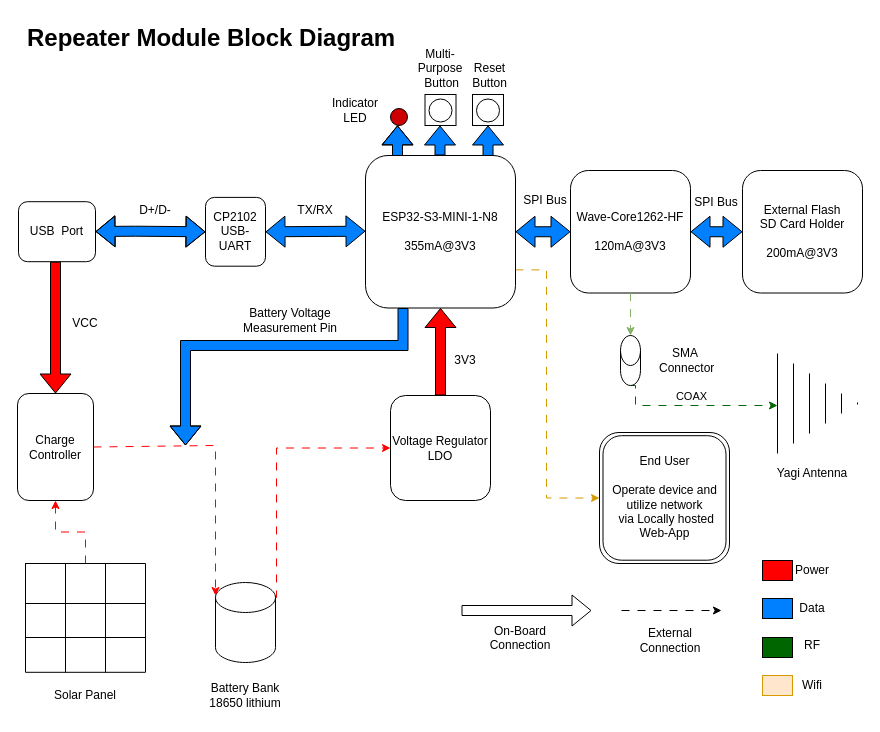
Earlier version of the draw.io diagram PCB References/RepeaterModuleBlock.drawio (flora-comms/flora-hardware). Source tidied: cells renumbered, new cells numbered last; positions are measured from the earlier drawing's top-left corner, leaving out a move shared by most shapes. Both pictures are drawn from the tidied source at 100%, with x=0, y=0 at pixel (17, 17).
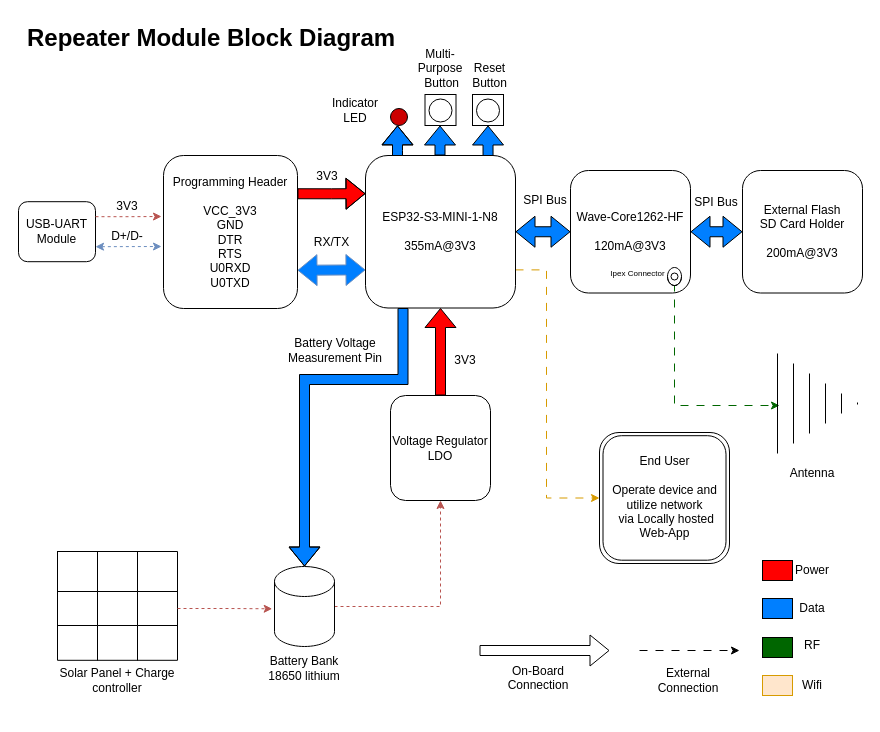
After the change.

The change refers to these unchanged cells:
```xml
<mxCell id="8" value="ESP32-S3-MINI-1-N8&lt;div&gt;&lt;br&gt;&lt;/div&gt;&lt;div&gt;355mA@3V3&lt;/div&gt;" style="rounded=1;whiteSpace=wrap;html=1;" parent="1" vertex="1">
  <mxGeometry x="348" y="138" width="150" height="152.5" as="geometry" />
</mxCell>
<mxCell id="10" value="Wave-Core1262-HF&lt;div&gt;&lt;br&gt;&lt;/div&gt;&lt;div&gt;120mA@3V3&lt;/div&gt;" style="rounded=1;whiteSpace=wrap;html=1;" parent="1" vertex="1">
  <mxGeometry x="553" y="153" width="120" height="122.5" as="geometry" />
</mxCell>
<mxCell id="21" value="Voltage Regulator&lt;div&gt;LDO&lt;/div&gt;" style="rounded=1;whiteSpace=wrap;html=1;" parent="1" vertex="1">
  <mxGeometry x="373" y="378" width="100" height="105" as="geometry" />
</mxCell>
<mxCell id="33" style="shape=tableRow;horizontal=0;startSize=0;swimlaneHead=0;swimlaneBody=0;strokeColor=inherit;top=0;left=0;bottom=0;right=0;fillColor=none;points=[[0,0.5],[1,0.5]];portConstraint=eastwest;fontSize=16;" parent="28" vertex="1">
  <mxGeometry y="40" width="120" height="34" as="geometry" />
</mxCell>
```

Diff of the diagram source:
```diff
@@
-    <mxCell id="2" value="USB &amp;nbsp;Port" style="rounded=1;whiteSpace=wrap;html=1;" parent="1" vertex="1">
+    <mxCell id="2" value="USB-UART&lt;div&gt;Module&lt;/div&gt;" style="rounded=1;whiteSpace=wrap;html=1;" parent="1" vertex="1">
       <mxGeometry x="1" y="184.2" width="77" height="60" as="geometry" />
     </mxCell>
-    <mxCell id="3" value="CP2102&lt;div&gt;USB-UART&lt;/div&gt;" style="rounded=1;whiteSpace=wrap;html=1;" parent="1" vertex="1">
-      <mxGeometry x="188" y="179.9" width="60" height="68.8" as="geometry" />
-    </mxCell>
-    <mxCell id="4" style="edgeStyle=orthogonalEdgeStyle;rounded=0;jettySize=auto;html=1;exitX=0.25;exitY=1;exitDx=0;exitDy=0;shape=flexArrow;strokeColor=#000000;fillColor=#007FFF;" parent="1" edge="1" source="8">
-      <mxGeometry relative="1" as="geometry">
-        <mxPoint x="168" y="428" as="targetPoint" />
-        <Array as="points">
-          <mxPoint x="386" y="328" />
-          <mxPoint x="168" y="328" />
-        </Array>
-      </mxGeometry>
-    </mxCell>
@@
-    <mxCell id="11" style="edgeStyle=orthogonalEdgeStyle;rounded=0;jettySize=auto;html=1;exitX=1;exitY=0;exitDx=0;exitDy=15;exitPerimeter=0;entryX=0;entryY=0.5;entryDx=0;entryDy=0;dashed=1;dashPattern=8 8;strokeColor=#FF0000;" parent="1" edge="1" source="12" target="21">
-      <mxGeometry relative="1" as="geometry">
-        <Array as="points">
-          <mxPoint x="259" y="580" />
-          <mxPoint x="259" y="430" />
-        </Array>
-      </mxGeometry>
+    <mxCell id="11" style="edgeStyle=orthogonalEdgeStyle;rounded=0;jettySize=auto;html=1;exitX=1;exitY=0.5;exitDx=0;exitDy=0;exitPerimeter=0;entryX=0.5;entryY=1;entryDx=0;entryDy=0;fillColor=#f8cecc;strokeColor=#b85450;dashed=1;" parent="1" edge="1" source="12" target="21">
+      <mxGeometry relative="1" as="geometry" />
     </mxCell>
     <mxCell id="12" style="shape=cylinder3;whiteSpace=wrap;html=1;boundedLbl=1;backgroundOutline=1;size=15;" parent="1" vertex="1">
-      <mxGeometry x="198" y="565" width="60" height="80" as="geometry" />
+      <mxGeometry x="257" y="549" width="60" height="80" as="geometry" />
     </mxCell>
-    <mxCell id="13" value="Charge Controller" style="rounded=1;whiteSpace=wrap;html=1;" parent="1" vertex="1">
-      <mxGeometry y="376" width="76" height="107" as="geometry" />
-    </mxCell>
-    <mxCell id="14" style="shape=flexArrow;endArrow=classic;startArrow=classic;html=1;rounded=0;entryX=0;entryY=0.5;entryDx=0;entryDy=0;fillColor=#007FFF;" parent="1" edge="1" target="3">
-      <mxGeometry relative="1" as="geometry">
-        <mxPoint x="78" y="214" as="sourcePoint" />
-        <Array as="points">
-          <mxPoint x="118" y="213.7" />
-        </Array>
-      </mxGeometry>
-    </mxCell>
-    <mxCell id="15" style="shape=flexArrow;endArrow=classic;startArrow=classic;html=1;rounded=0;exitX=1;exitY=0.5;exitDx=0;exitDy=0;fillColor=#007FFF;" parent="1" edge="1" source="3">
-      <mxGeometry relative="1" as="geometry">
-        <mxPoint x="348" y="213.7" as="targetPoint" />
-      </mxGeometry>
-    </mxCell>
-    <mxCell id="16" value="D+/D-" style="text;html=1;align=center;verticalAlign=middle;whiteSpace=wrap;rounded=0;" parent="1" vertex="1">
-      <mxGeometry x="108" y="178" width="60" height="30" as="geometry" />
-    </mxCell>
-    <mxCell id="17" value="TX/RX" style="text;html=1;align=center;verticalAlign=middle;whiteSpace=wrap;rounded=0;" parent="1" vertex="1">
-      <mxGeometry x="268" y="178" width="60" height="30" as="geometry" />
-    </mxCell>
-    <mxCell id="18" style="shape=flexArrow;endArrow=classic;html=1;rounded=0;entryX=0.5;entryY=0;entryDx=0;entryDy=0;fillColor=#FF0000;" parent="1" edge="1" target="13">
-      <mxGeometry relative="1" as="geometry">
-        <mxPoint x="38" y="244.2" as="sourcePoint" />
-      </mxGeometry>
-    </mxCell>
-    <mxCell id="19" value="VCC" style="text;html=1;align=center;verticalAlign=middle;whiteSpace=wrap;rounded=0;" parent="1" vertex="1">
-      <mxGeometry x="38" y="290.5" width="60" height="30" as="geometry" />
-    </mxCell>
@@
     <mxCell id="26" value="Battery Bank&lt;div&gt;18650 lithium&lt;/div&gt;" style="text;html=1;align=center;verticalAlign=middle;whiteSpace=wrap;rounded=0;" parent="1" vertex="1">
-      <mxGeometry x="168" y="658" width="120" height="40" as="geometry" />
+      <mxGeometry x="227" y="631" width="120" height="40" as="geometry" />
     </mxCell>
-    <mxCell id="27" style="edgeStyle=orthogonalEdgeStyle;rounded=0;jettySize=auto;html=1;exitX=0.5;exitY=0;exitDx=0;exitDy=0;entryX=0.5;entryY=1;entryDx=0;entryDy=0;dashed=1;dashPattern=8 8;strokeColor=#FF0000;" parent="1" edge="1" source="28" target="13">
-      <mxGeometry relative="1" as="geometry" />
-    </mxCell>
     <mxCell id="28" style="shape=table;startSize=0;childLayout=tableLayout;fontSize=16;" parent="1" vertex="1">
-      <mxGeometry x="8" y="546" width="120" height="108.8" as="geometry" />
+      <mxGeometry x="40" y="534" width="120" height="108.8" as="geometry" />
     </mxCell>
@@
-    <mxCell id="41" style="endArrow=classic;html=1;rounded=0;dashed=1;dashPattern=8 8;strokeColor=#FF0000;exitX=1;exitY=0.5;exitDx=0;exitDy=0;" parent="1" edge="1" source="13">
-      <mxGeometry relative="1" as="geometry">
-        <mxPoint x="198" y="578" as="targetPoint" />
-        <Array as="points">
-          <mxPoint x="198" y="428" />
-        </Array>
-      </mxGeometry>
-    </mxCell>
-    <mxCell id="42" value="Solar Panel" style="text;html=1;align=center;verticalAlign=middle;whiteSpace=wrap;rounded=0;" parent="1" vertex="1">
-      <mxGeometry x="8" y="658" width="120" height="40" as="geometry" />
+    <mxCell id="42" value="Solar Panel + Charge controller" style="text;html=1;align=center;verticalAlign=middle;whiteSpace=wrap;rounded=0;" parent="1" vertex="1">
+      <mxGeometry x="40" y="643" width="120" height="40" as="geometry" />
     </mxCell>
@@
-    <mxCell id="44" style="edgeStyle=orthogonalEdgeStyle;rounded=0;jettySize=auto;html=1;exitX=0.5;exitY=1;exitDx=0;exitDy=0;exitPerimeter=0;dashed=1;dashPattern=8 8;strokeColor=#006600;" parent="1" edge="1" source="46">
+    <mxCell id="44" style="edgeStyle=orthogonalEdgeStyle;rounded=0;orthogonalLoop=1;jettySize=auto;html=1;exitX=0.5;exitY=1;exitDx=0;exitDy=0;exitPerimeter=0;dashed=1;dashPattern=8 8;strokeColor=#006600;" parent="1" edge="1">
       <mxGeometry relative="1" as="geometry">
-        <mxPoint x="760" y="388" as="targetPoint" />
+        <mxPoint x="659" y="268" as="sourcePoint" />
+        <mxPoint x="762" y="388" as="targetPoint" />
         <Array as="points">
-          <mxPoint x="618" y="388" />
+          <mxPoint x="657" y="268" />
+          <mxPoint x="657" y="388" />
         </Array>
       </mxGeometry>
     </mxCell>
-    <mxCell id="45" value="COAX" style="edgeLabel;html=1;align=center;verticalAlign=middle;" parent="44" vertex="1">
-      <mxGeometry x="0.17" relative="1" as="geometry">
-        <mxPoint x="-18" y="-10" as="offset" />
-      </mxGeometry>
-    </mxCell>
     <mxCell id="46" style="shape=cylinder3;whiteSpace=wrap;html=1;boundedLbl=1;backgroundOutline=1;size=15;" parent="1" vertex="1">
-      <mxGeometry x="603" y="318" width="20" height="50" as="geometry" />
+      <mxGeometry x="650" y="250" width="14" height="18" as="geometry" />
     </mxCell>
-    <mxCell id="47" value="SMA &amp;nbsp;Connector" style="text;html=1;align=center;verticalAlign=middle;whiteSpace=wrap;rounded=0;" parent="1" vertex="1">
-      <mxGeometry x="638" y="328" width="60" height="30" as="geometry" />
-    </mxCell>
     <mxCell id="48" value="Battery Voltage Measurement Pin" style="text;html=1;align=center;verticalAlign=middle;whiteSpace=wrap;rounded=0;" parent="1" vertex="1">
-      <mxGeometry x="218" y="288" width="110" height="30" as="geometry" />
+      <mxGeometry x="263" y="318" width="110" height="30" as="geometry" />
     </mxCell>
-    <mxCell id="49" style="edgeStyle=orthogonalEdgeStyle;rounded=0;jettySize=auto;html=1;exitX=0.5;exitY=1;exitDx=0;exitDy=0;entryX=0.5;entryY=0;entryDx=0;entryDy=0;entryPerimeter=0;fillColor=#d5e8d4;dashed=1;dashPattern=8 8;strokeColor=#82b366;" parent="1" edge="1" source="10" target="46">
-      <mxGeometry relative="1" as="geometry" />
-    </mxCell>
@@
-    <mxCell id="51" value="Yagi Antenna" style="text;html=1;align=center;verticalAlign=middle;whiteSpace=wrap;rounded=0;" parent="1" vertex="1">
+    <mxCell id="51" value="Antenna" style="text;html=1;align=center;verticalAlign=middle;whiteSpace=wrap;rounded=0;" parent="1" vertex="1">
       <mxGeometry x="745" y="441" width="100" height="30" as="geometry" />
     </mxCell>
     <mxCell id="52" style="shape=flexArrow;endArrow=classic;html=1;rounded=0;" parent="1" edge="1">
       <mxGeometry relative="1" as="geometry">
-        <mxPoint x="444" y="593" as="sourcePoint" />
-        <mxPoint x="574" y="593" as="targetPoint" />
+        <mxPoint x="462" y="633" as="sourcePoint" />
+        <mxPoint x="592" y="633" as="targetPoint" />
       </mxGeometry>
     </mxCell>
     <mxCell id="53" value="On-Board Connection&lt;div&gt;&lt;br&gt;&lt;/div&gt;" style="text;html=1;align=center;verticalAlign=middle;whiteSpace=wrap;rounded=0;" parent="1" vertex="1">
-      <mxGeometry x="473" y="613" width="60" height="30" as="geometry" />
+      <mxGeometry x="491" y="653" width="60" height="30" as="geometry" />
     </mxCell>
     <mxCell id="54" style="endArrow=classic;html=1;rounded=0;dashed=1;dashPattern=8 8;" parent="1" edge="1">
       <mxGeometry relative="1" as="geometry">
-        <mxPoint x="604" y="593" as="sourcePoint" />
-        <mxPoint x="704" y="593" as="targetPoint" />
+        <mxPoint x="622" y="633" as="sourcePoint" />
+        <mxPoint x="722" y="633" as="targetPoint" />
       </mxGeometry>
     </mxCell>
     <mxCell id="55" value="External Connection" style="text;html=1;align=center;verticalAlign=middle;whiteSpace=wrap;rounded=0;" parent="1" vertex="1">
-      <mxGeometry x="623" y="608" width="60" height="30" as="geometry" />
+      <mxGeometry x="641" y="648" width="60" height="30" as="geometry" />
     </mxCell>
@@
+    <mxCell id="76" style="edgeStyle=orthogonalEdgeStyle;rounded=0;jettySize=auto;html=1;exitX=1;exitY=0.25;exitDx=0;exitDy=0;entryX=0;entryY=0.25;entryDx=0;entryDy=0;shape=flexArrow;fillColor=#FF0000;" parent="1" edge="1" source="77" target="8">
+      <mxGeometry relative="1" as="geometry" />
+    </mxCell>
+    <mxCell id="77" value="&lt;div&gt;Programming Header&lt;/div&gt;&lt;div&gt;&lt;br&gt;&lt;/div&gt;VCC_3V3&lt;div&gt;GND&lt;/div&gt;&lt;div&gt;DTR&lt;/div&gt;&lt;div&gt;RTS&lt;/div&gt;&lt;div&gt;U0RXD&lt;/div&gt;&lt;div&gt;U0TXD&lt;/div&gt;" style="rounded=1;whiteSpace=wrap;html=1;" parent="1" vertex="1">
+      <mxGeometry x="146" y="138" width="134" height="153" as="geometry" />
+    </mxCell>
+    <mxCell id="78" style="shape=flexArrow;endArrow=classic;startArrow=classic;html=1;rounded=0;exitX=1;exitY=0.75;exitDx=0;exitDy=0;entryX=0;entryY=0.75;entryDx=0;entryDy=0;fillColor=#007FFF;strokeColor=#6c8ebf;" parent="1" edge="1" source="77" target="8">
+      <mxGeometry relative="1" as="geometry" />
+    </mxCell>
+    <mxCell id="79" style="edgeStyle=orthogonalEdgeStyle;rounded=0;jettySize=auto;html=1;exitX=1;exitY=0.25;exitDx=0;exitDy=0;fillColor=#f8cecc;strokeColor=#b85450;dashed=1;" parent="1" edge="1" source="2">
+      <mxGeometry relative="1" as="geometry">
+        <mxPoint x="144" y="199" as="targetPoint" />
+      </mxGeometry>
+    </mxCell>
+    <mxCell id="80" style="endArrow=classic;startArrow=classic;html=1;rounded=0;exitX=1;exitY=0.75;exitDx=0;exitDy=0;fillColor=#dae8fc;strokeColor=#6c8ebf;dashed=1;" parent="1" edge="1" source="2">
+      <mxGeometry relative="1" as="geometry">
+        <mxPoint x="144" y="229" as="targetPoint" />
+      </mxGeometry>
+    </mxCell>
+    <mxCell id="81" value="3V3" style="text;html=1;align=center;verticalAlign=middle;whiteSpace=wrap;rounded=0;" parent="1" vertex="1">
+      <mxGeometry x="280" y="144" width="60" height="30" as="geometry" />
+    </mxCell>
+    <mxCell id="82" value="3V3" style="text;html=1;align=center;verticalAlign=middle;whiteSpace=wrap;rounded=0;" parent="1" vertex="1">
+      <mxGeometry x="80" y="174" width="60" height="30" as="geometry" />
+    </mxCell>
+    <mxCell id="16" value="D+/D-" style="text;html=1;align=center;verticalAlign=middle;whiteSpace=wrap;rounded=0;" parent="1" vertex="1">
+      <mxGeometry x="80" y="204" width="60" height="30" as="geometry" />
+    </mxCell>
+    <mxCell id="83" value="RX/TX" style="text;html=1;align=center;verticalAlign=middle;strokeColor=none;fillColor=none;" parent="1" vertex="1">
+      <mxGeometry x="287" y="212" width="53" height="26" as="geometry" />
+    </mxCell>
+    <mxCell id="84" style="edgeStyle=orthogonalEdgeStyle;rounded=0;jettySize=auto;html=1;exitX=1;exitY=0.5;exitDx=0;exitDy=0;fillColor=#f8cecc;strokeColor=#b85450;dashed=1;" parent="1" edge="1" source="33">
+      <mxGeometry relative="1" as="geometry">
+        <mxPoint x="254.7" y="591.3" as="targetPoint" />
+      </mxGeometry>
+    </mxCell>
+    <mxCell id="85" style="edgeStyle=orthogonalEdgeStyle;rounded=0;jettySize=auto;html=1;exitX=0.25;exitY=1;exitDx=0;exitDy=0;entryX=0.5;entryY=0;entryDx=0;entryDy=0;entryPerimeter=0;shape=flexArrow;fillColor=#007FFF;" parent="1" edge="1" source="8" target="12">
+      <mxGeometry relative="1" as="geometry">
+        <Array as="points">
+          <mxPoint x="386" y="362" />
+          <mxPoint x="287" y="362" />
+        </Array>
+      </mxGeometry>
+    </mxCell>
+    <mxCell id="86" value="&lt;font style=&quot;font-size: 8px;&quot;&gt;Ipex Connector&lt;/font&gt;" style="text;html=1;align=center;verticalAlign=middle;whiteSpace=wrap;rounded=0;" parent="1" vertex="1">
+      <mxGeometry x="585.5" y="238" width="68.5" height="34" as="geometry" />
+    </mxCell>
+    <mxCell id="87" style="ellipse;whiteSpace=wrap;html=1;" parent="1" vertex="1">
+      <mxGeometry x="653.5" y="255.5" width="7" height="7" as="geometry" />
+    </mxCell>
```
